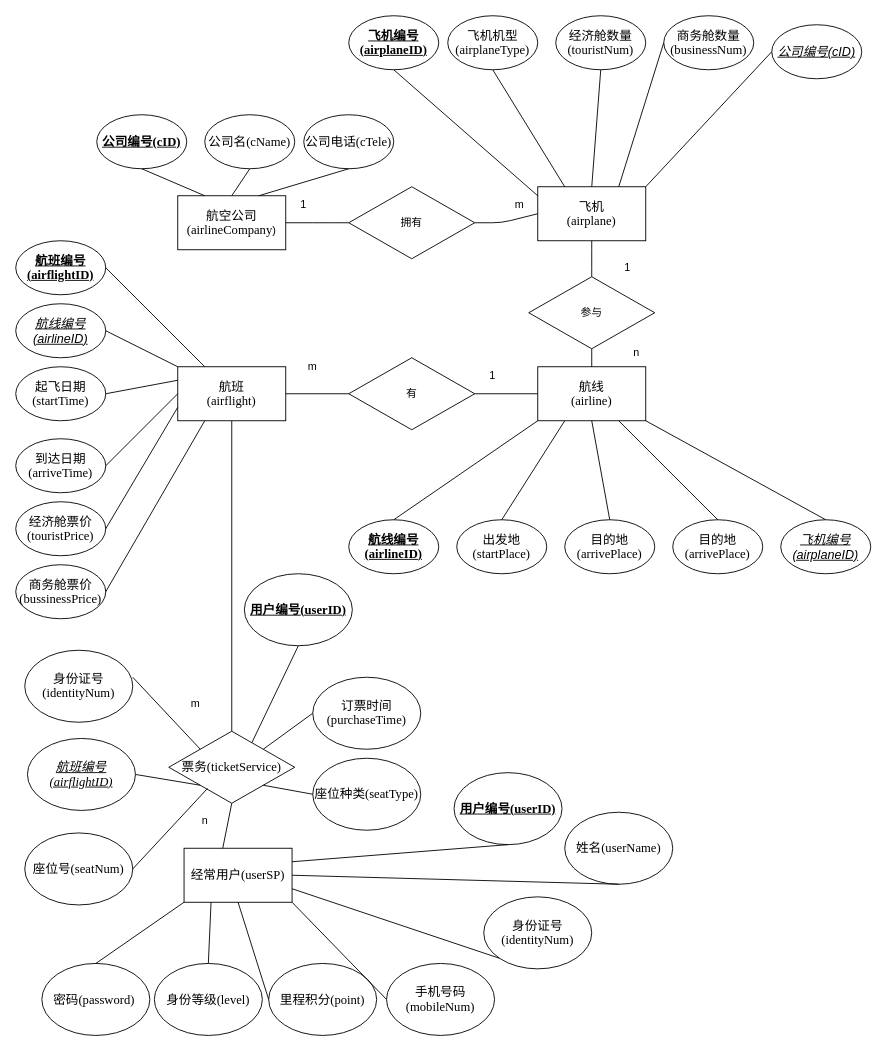
Dowlerrr/Dowlerrr.github.io keeps this draw.io diagram as page "Page-2" (2 of 3) of airflightsystem Diagram.drawio. Above is the earlier version. Source tidied: cells renumbered, new cells numbered last; positions are measured from the earlier drawing's top-left corner, leaving out a move shared by most shapes. Both pictures are drawn from the tidied source at 90%, with x=0, y=0 at pixel (15, 15).
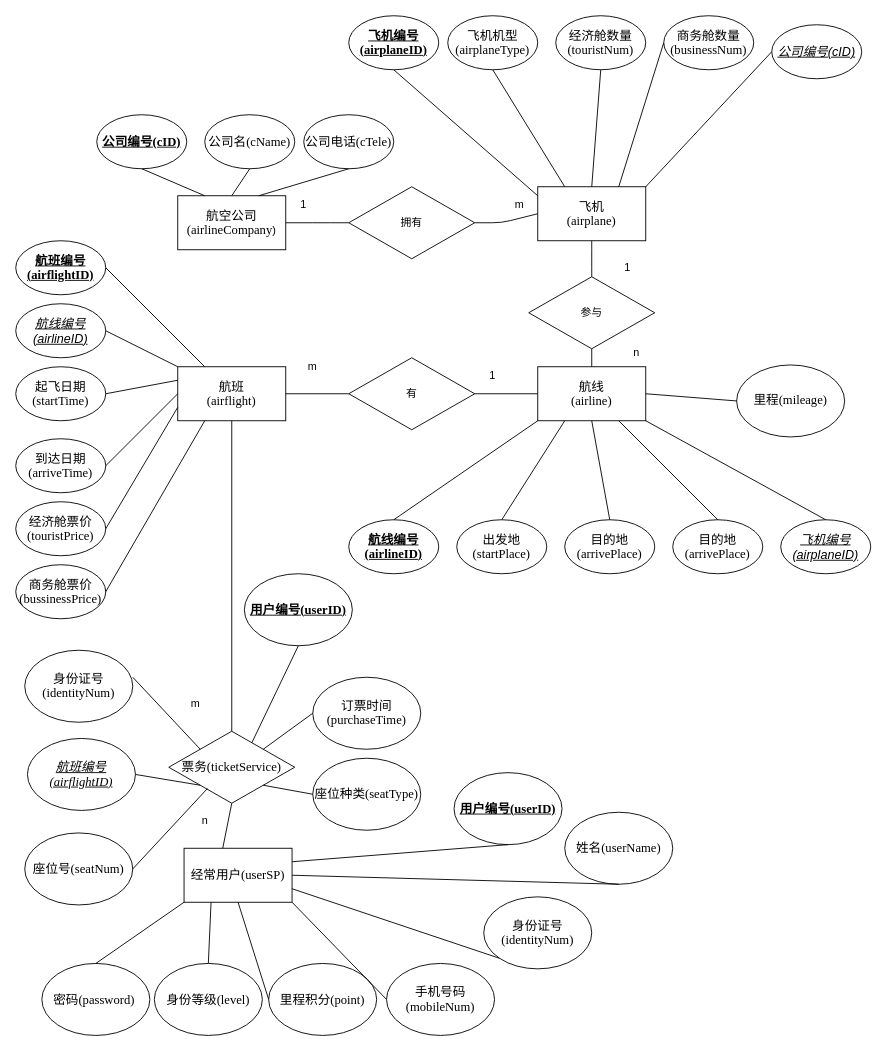
The same page after the edit.

Unchanged cells that the change refers to:
```xml
<mxCell id="32" value="&lt;span style=&quot;font-size: 10.5pt&quot;&gt;航线&lt;br&gt;&lt;/span&gt;&lt;span lang=&quot;EN-US&quot; style=&quot;font-size: 10.5pt ; font-family: &amp;#34;times new roman&amp;#34; , serif&quot;&gt;(airline)&lt;/span&gt;" style="whiteSpace=wrap;html=1;" parent="1" vertex="1">
  <mxGeometry x="580" y="390" width="120" height="60" as="geometry" />
</mxCell>
```

Change to the diagram source:
```diff
@@
+    <mxCell id="91" value="&lt;span lang=&quot;EN-US&quot; style=&quot;font-size: 10.5pt ; font-family: &amp;#34;times new roman&amp;#34; , serif&quot;&gt;里程(mileage)&lt;/span&gt;" style="ellipse;whiteSpace=wrap;html=1;" parent="1" vertex="1">
+      <mxGeometry x="801" y="388" width="120" height="80" as="geometry" />
+    </mxCell>
+    <mxCell id="92" style="endArrow=none;html=1;entryX=0;entryY=0.5;entryDx=0;entryDy=0;exitX=1;exitY=0.5;exitDx=0;exitDy=0;" parent="1" edge="1" source="32" target="91">
+      <mxGeometry relative="1" as="geometry" />
+    </mxCell>
```
